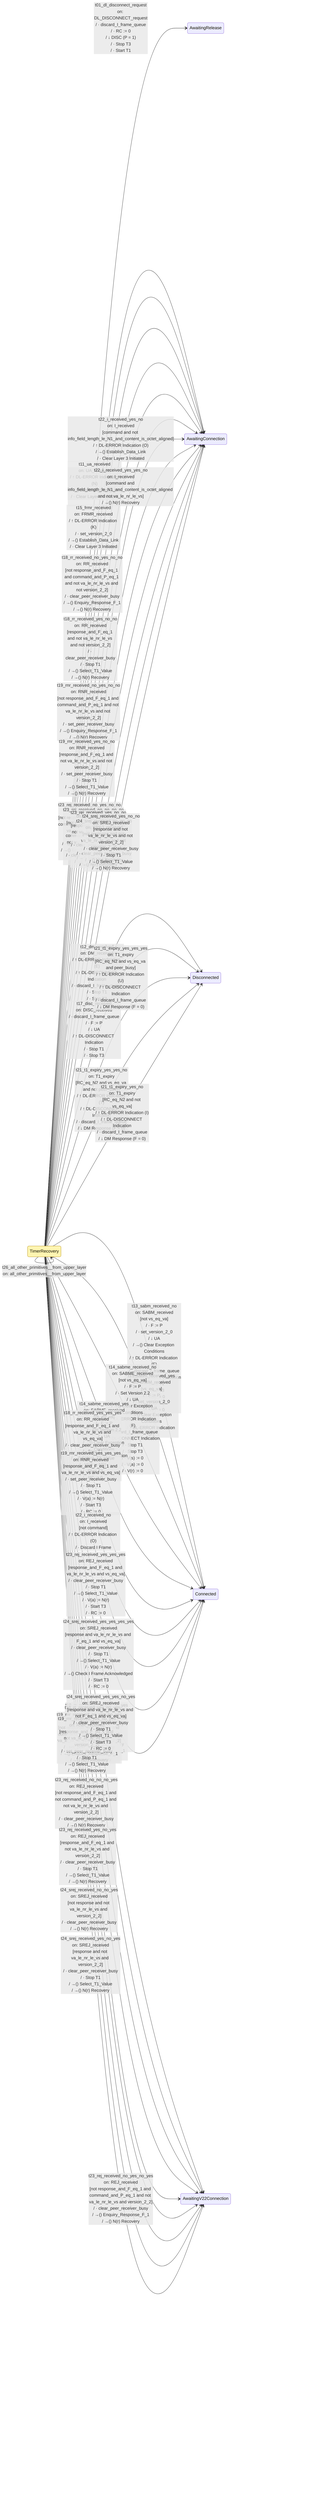
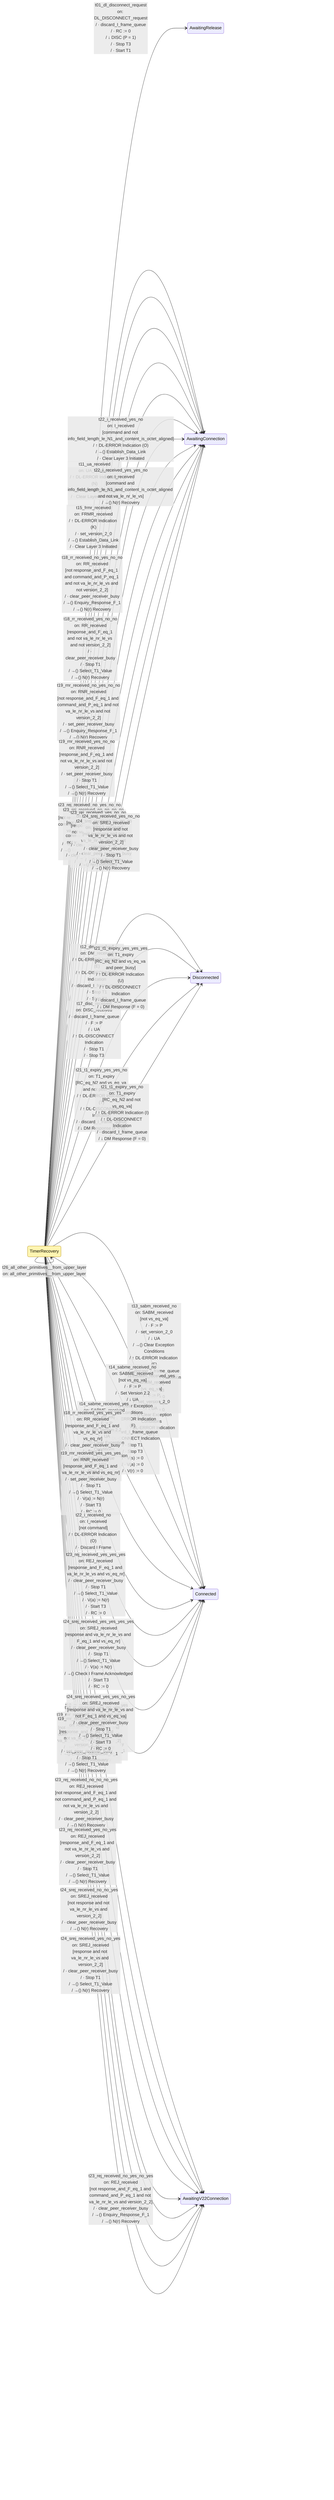
%% This file was produced by codegen/src/Packet.Sdl.CodeGen from spec-sdl/v2.2-errata/data-link/yaml/timer_recovery.sdl.yaml
%% Do not edit by hand. Run `dotnet run --project codegen/src/Packet.Sdl.CodeGen` to regenerate.
%%
%% Source: ax.25.2.2.4_Oct_25, figure figc4.5
%% Coverage: complete
%%
%% Important: this rendering is approximate and intentionally
%% looks nothing like the original SDL figure. It is a machine-
%% generated view of the transitions in the .sdl.yaml — useful
%% for spotting transcription bugs (missing transitions, wrong
%% destination state) but NOT a substitute for reading the spec
%% figure itself. See docs/sdl-primer.md.

stateDiagram-v2
    direction LR

    classDef focal fill:#fff5b1,stroke:#b08800;
    class TimerRecovery focal
    TimerRecovery --> AwaitingRelease: t01_dl_disconnect_request<br/>on: DL_DISCONNECT_request<br/>/ · discard_I_frame_queue<br/>/ · RC := 0<br/>/ ↓ DISC (P = 1)<br/>/ · Stop T3<br/>/ · Start T1
    TimerRecovery --> TimerRecovery: t02_dl_data_request<br/>on: DL_DATA_request<br/>/ ⇢ Push on I Frame Queue
    TimerRecovery --> TimerRecovery: t03_i_frame_pops_off_queue_yes<br/>on: I_frame_pops_off_queue<br/>[peer_receiver_busy]<br/>/ ⇢ Push I Frame on I Queue
    TimerRecovery --> TimerRecovery: t03_i_frame_pops_off_queue_no_yes<br/>on: I_frame_pops_off_queue<br/>[not peer_receiver_busy and vs_eq_va_plus_k]<br/>/ ⇢ Push I Frame on I Queue
    TimerRecovery --> TimerRecovery: t03_i_frame_pops_off_queue_no_no_yes<br/>on: I_frame_pops_off_queue<br/>[not peer_receiver_busy and not vs_eq_va_plus_k and T1_running]<br/>/ · N(s) := V(s)<br/>/ · N(R) := V(r)<br/>/ · P := 0<br/>/ ↓ I Command<br/>/ · V(s) := V(s) + 1<br/>/ · Clear Acknowledge Pending
    TimerRecovery --> TimerRecovery: t03_i_frame_pops_off_queue_no_no_no<br/>on: I_frame_pops_off_queue<br/>[not peer_receiver_busy and not vs_eq_va_plus_k and not T1_running]<br/>/ · N(s) := V(s)<br/>/ · N(R) := V(r)<br/>/ · P := 0<br/>/ ↓ I Command<br/>/ · V(s) := V(s) + 1<br/>/ · Clear Acknowledge Pending<br/>/ · Stop T3<br/>/ · Start T1
    TimerRecovery --> TimerRecovery: t04_dl_unit_data_request<br/>on: DL_UNIT_DATA_request<br/>/ ↓ UI Command
    TimerRecovery --> TimerRecovery: t05_dl_flow_off_request_yes<br/>on: DL_FLOW_OFF_request<br/>[own_receiver_busy]<br/>/ · Set Own Receiver Busy<br/>/ ↓ RNR Response (F = 0)<br/>/ · Clear Acknowledge Pending
    TimerRecovery --> TimerRecovery: t05_dl_flow_off_request_no<br/>on: DL_FLOW_OFF_request<br/>[not own_receiver_busy]
    TimerRecovery --> TimerRecovery: t06_dl_flow_on_request_yes_no<br/>on: DL_FLOW_ON_request<br/>[own_receiver_busy and not T1_running]<br/>/ · Clear Own Receiver Busy<br/>/ ↓ RR Command (P = 0)<br/>/ · Clear Acknowledge Pending<br/>/ · Stop T3<br/>/ · Start T1
    TimerRecovery --> TimerRecovery: t06_dl_flow_on_request_yes_yes<br/>on: DL_FLOW_ON_request<br/>[own_receiver_busy and T1_running]<br/>/ · Clear Own Receiver Busy<br/>/ ↓ RR Command (P = 0)<br/>/ · Clear Acknowledge Pending
    TimerRecovery --> TimerRecovery: t06_dl_flow_on_request_no<br/>on: DL_FLOW_ON_request<br/>[not own_receiver_busy]
    TimerRecovery --> TimerRecovery: t07_dl_connect_request<br/>on: DL_CONNECT_request<br/>/ · discard_I_frame_queue<br/>/ →() Establish_Data_Link<br/>/ · Set Layer 3 Initiated
    TimerRecovery --> TimerRecovery: t08_control_field_error<br/>on: control_field_error<br/>/ ↑ DL-ERROR Indication (L)<br/>/ · discard_I_frame_queue<br/>/ →() Establish_Data_Link<br/>/ · Set Layer 3 Initiated
    TimerRecovery --> TimerRecovery: t09_info_not_permitted_in_frame<br/>on: info_not_permitted_in_frame<br/>/ ↑ DL-ERROR Indication (M)<br/>/ · discard_I_frame_queue<br/>/ →() Establish_Data_Link<br/>/ · Set Layer 3 Initiated
    TimerRecovery --> TimerRecovery: t10_u_or_s_frame_length_error<br/>on: u_or_s_frame_length_error<br/>/ ↑ DL-ERROR Indication (N)<br/>/ · discard_I_frame_queue<br/>/ →() Establish_Data_Link<br/>/ · Set Layer 3 Initiated
    TimerRecovery --> AwaitingConnection: t11_ua_received<br/>on: UA_received<br/>/ ↑ DL-ERROR Indication (N)<br/>/ →() Establish_Data_Link<br/>/ · Clear Layer 3 Initiated
    TimerRecovery --> Disconnected: t12_dm_received<br/>on: DM_received<br/>/ ↑ DL-ERROR Indication (E)<br/>/ ↑ DL-DISCONNECT Indication<br/>/ · discard_I_frame_queue<br/>/ · Stop T1<br/>/ · Stop T3
    TimerRecovery --> Connected: t13_sabm_received_no<br/>on: SABM_received<br/>[not vs_eq_va]<br/>/ · F := P<br/>/ · set_version_2_0<br/>/ ↓ UA<br/>/ →() Clear Exception Conditions<br/>/ ↑ DL-ERROR Indication (F)<br/>/ · discard_I_frame_queue<br/>/ ↑ DL-CONNECT Indication<br/>/ · Stop T1<br/>/ · Stop T3<br/>/ · V(s) := 0<br/>/ · V(a) := 0<br/>/ · V(r) := 0
    TimerRecovery --> Connected: t13_sabm_received_yes<br/>on: SABM_received<br/>[vs_eq_va]<br/>/ · F := P<br/>/ · set_version_2_0<br/>/ ↓ UA<br/>/ →() Clear Exception Conditions<br/>/ ↑ DL-ERROR Indication (F)
    TimerRecovery --> Connected: t14_sabme_received_no<br/>on: SABME_received<br/>[not vs_eq_va]<br/>/ · F := P<br/>/ · Set Version 2.2<br/>/ ↓ UA<br/>/ →() Clear Exception Conditions<br/>/ ↑ DL-ERROR Indication (F)<br/>/ · discard_I_frame_queue<br/>/ ↑ DL-CONNECT Indication<br/>/ · Stop T1<br/>/ · Stop T3<br/>/ · V(s) := 0<br/>/ · V(a) := 0<br/>/ · V(r) := 0
    TimerRecovery --> Connected: t14_sabme_received_yes<br/>on: SABME_received<br/>[vs_eq_va]<br/>/ · F := P<br/>/ · Set Version 2.2<br/>/ ↓ UA<br/>/ →() Clear Exception Conditions<br/>/ ↑ DL-ERROR Indication (F)
    TimerRecovery --> AwaitingConnection: t15_frmr_received<br/>on: FRMR_received<br/>/ ↑ DL-ERROR Indication (K)<br/>/ · set_version_2_0<br/>/ →() Establish_Data_Link<br/>/ · Clear Layer 3 Initiated
    TimerRecovery --> TimerRecovery: t16_ui_received_yes<br/>on: UI_received<br/>[P_eq_1]<br/>/ →() UI Check<br/>/ →() Enquiry_Response_F_1
    TimerRecovery --> TimerRecovery: t16_ui_received_no<br/>on: UI_received<br/>[not P_eq_1]<br/>/ →() UI Check
    TimerRecovery --> Disconnected: t17_disc_received<br/>on: DISC_received<br/>/ · discard_I_frame_queue<br/>/ · F := P<br/>/ ↓ UA<br/>/ ↑ DL-DISCONNECT Indication<br/>/ · Stop T1<br/>/ · Stop T3
    TimerRecovery --> TimerRecovery: t18_rr_received_no_yes_yes<br/>on: RR_received<br/>[not response_and_F_eq_1 and command_and_P_eq_1 and va_le_nr_le_vs]<br/>/ · clear_peer_receiver_busy<br/>/ →() Enquiry_Response_F_1<br/>/ · V(a) := N(r)
    TimerRecovery --> AwaitingConnection: t18_rr_received_no_yes_no_no<br/>on: RR_received<br/>[not response_and_F_eq_1 and command_and_P_eq_1 and not va_le_nr_le_vs and not version_2_2]<br/>/ · clear_peer_receiver_busy<br/>/ →() Enquiry_Response_F_1<br/>/ →() N(r) Recovery
    TimerRecovery --> AwaitingV22Connection: t18_rr_received_no_yes_no_yes<br/>on: RR_received<br/>[not response_and_F_eq_1 and command_and_P_eq_1 and not va_le_nr_le_vs and version_2_2]<br/>/ · clear_peer_receiver_busy<br/>/ →() Enquiry_Response_F_1<br/>/ →() N(r) Recovery
    TimerRecovery --> TimerRecovery: t18_rr_received_no_no_yes<br/>on: RR_received<br/>[not response_and_F_eq_1 and not command_and_P_eq_1 and va_le_nr_le_vs]<br/>/ · clear_peer_receiver_busy<br/>/ · V(a) := N(r)
    TimerRecovery --> TimerRecovery: t18_rr_received_no_no_no<br/>on: RR_received<br/>[not response_and_F_eq_1 and not command_and_P_eq_1 and not va_le_nr_le_vs]<br/>/ · clear_peer_receiver_busy<br/>/ →() N(r) Recovery
    TimerRecovery --> AwaitingConnection: t18_rr_received_yes_no_no<br/>on: RR_received<br/>[response_and_F_eq_1 and not va_le_nr_le_vs and not version_2_2]<br/>/ · clear_peer_receiver_busy<br/>/ · Stop T1<br/>/ →() Select_T1_Value<br/>/ →() N(r) Recovery
    TimerRecovery --> AwaitingV22Connection: t18_rr_received_yes_no_yes<br/>on: RR_received<br/>[response_and_F_eq_1 and not va_le_nr_le_vs and version_2_2]<br/>/ · clear_peer_receiver_busy<br/>/ · Stop T1<br/>/ →() Select_T1_Value<br/>/ →() N(r) Recovery
-     TimerRecovery --> TimerRecovery: t18_rr_received_yes_yes_no<br/>on: RR_received<br/>[response_and_F_eq_1 and va_le_nr_le_vs and not vs_eq_va]<br/>/ · clear_peer_receiver_busy<br/>/ · Stop T1<br/>/ →() Select_T1_Value<br/>/ · V(a) := N(r)<br/>/ →() Invoke Retransmission<br/>/ · Stop T3<br/>/ · Start T1<br/>/ · Set Acknowledge Pending
-     TimerRecovery --> Connected: t18_rr_received_yes_yes_yes<br/>on: RR_received<br/>[response_and_F_eq_1 and va_le_nr_le_vs and vs_eq_va]<br/>/ · clear_peer_receiver_busy<br/>/ · Stop T1<br/>/ →() Select_T1_Value<br/>/ · V(a) := N(r)<br/>/ · Start T3<br/>/ · RC := 0
+     TimerRecovery --> TimerRecovery: t18_rr_received_yes_yes_no<br/>on: RR_received<br/>[response_and_F_eq_1 and va_le_nr_le_vs and not vs_eq_nr]<br/>/ · clear_peer_receiver_busy<br/>/ · Stop T1<br/>/ →() Select_T1_Value<br/>/ · V(a) := N(r)<br/>/ →() Invoke Retransmission<br/>/ · Stop T3<br/>/ · Start T1<br/>/ · Set Acknowledge Pending
+     TimerRecovery --> Connected: t18_rr_received_yes_yes_yes<br/>on: RR_received<br/>[response_and_F_eq_1 and va_le_nr_le_vs and vs_eq_nr]<br/>/ · clear_peer_receiver_busy<br/>/ · Stop T1<br/>/ →() Select_T1_Value<br/>/ · V(a) := N(r)<br/>/ · Start T3<br/>/ · RC := 0
    TimerRecovery --> TimerRecovery: t19_rnr_received_no_yes_yes<br/>on: RNR_received<br/>[not response_and_F_eq_1 and command_and_P_eq_1 and va_le_nr_le_vs]<br/>/ · set_peer_receiver_busy<br/>/ →() Enquiry_Response_F_1<br/>/ · V(a) := N(r)
    TimerRecovery --> AwaitingConnection: t19_rnr_received_no_yes_no_no<br/>on: RNR_received<br/>[not response_and_F_eq_1 and command_and_P_eq_1 and not va_le_nr_le_vs and not version_2_2]<br/>/ · set_peer_receiver_busy<br/>/ →() Enquiry_Response_F_1<br/>/ →() N(r) Recovery
    TimerRecovery --> AwaitingV22Connection: t19_rnr_received_no_yes_no_yes<br/>on: RNR_received<br/>[not response_and_F_eq_1 and command_and_P_eq_1 and not va_le_nr_le_vs and version_2_2]<br/>/ · set_peer_receiver_busy<br/>/ →() Enquiry_Response_F_1<br/>/ →() N(r) Recovery
    TimerRecovery --> TimerRecovery: t19_rnr_received_no_no_yes<br/>on: RNR_received<br/>[not response_and_F_eq_1 and not command_and_P_eq_1 and va_le_nr_le_vs]<br/>/ · set_peer_receiver_busy<br/>/ · V(a) := N(r)
    TimerRecovery --> TimerRecovery: t19_rnr_received_no_no_no<br/>on: RNR_received<br/>[not response_and_F_eq_1 and not command_and_P_eq_1 and not va_le_nr_le_vs]<br/>/ · set_peer_receiver_busy<br/>/ →() N(r) Recovery
    TimerRecovery --> AwaitingConnection: t19_rnr_received_yes_no_no<br/>on: RNR_received<br/>[response_and_F_eq_1 and not va_le_nr_le_vs and not version_2_2]<br/>/ · set_peer_receiver_busy<br/>/ · Stop T1<br/>/ →() Select_T1_Value<br/>/ →() N(r) Recovery
    TimerRecovery --> AwaitingV22Connection: t19_rnr_received_yes_no_yes<br/>on: RNR_received<br/>[response_and_F_eq_1 and not va_le_nr_le_vs and version_2_2]<br/>/ · set_peer_receiver_busy<br/>/ · Stop T1<br/>/ →() Select_T1_Value<br/>/ →() N(r) Recovery
-     TimerRecovery --> TimerRecovery: t19_rnr_received_yes_yes_no<br/>on: RNR_received<br/>[response_and_F_eq_1 and va_le_nr_le_vs and not vs_eq_va]<br/>/ · set_peer_receiver_busy<br/>/ · Stop T1<br/>/ →() Select_T1_Value<br/>/ · V(a) := N(r)<br/>/ →() Invoke Retransmission<br/>/ · Stop T3<br/>/ · Start T1<br/>/ · Set Acknowledge Pending
-     TimerRecovery --> Connected: t19_rnr_received_yes_yes_yes<br/>on: RNR_received<br/>[response_and_F_eq_1 and va_le_nr_le_vs and vs_eq_va]<br/>/ · set_peer_receiver_busy<br/>/ · Stop T1<br/>/ →() Select_T1_Value<br/>/ · V(a) := N(r)<br/>/ · Start T3<br/>/ · RC := 0
+     TimerRecovery --> TimerRecovery: t19_rnr_received_yes_yes_no<br/>on: RNR_received<br/>[response_and_F_eq_1 and va_le_nr_le_vs and not vs_eq_nr]<br/>/ · set_peer_receiver_busy<br/>/ · Stop T1<br/>/ →() Select_T1_Value<br/>/ · V(a) := N(r)<br/>/ →() Invoke Retransmission<br/>/ · Stop T3<br/>/ · Start T1<br/>/ · Set Acknowledge Pending
+     TimerRecovery --> Connected: t19_rnr_received_yes_yes_yes<br/>on: RNR_received<br/>[response_and_F_eq_1 and va_le_nr_le_vs and vs_eq_nr]<br/>/ · set_peer_receiver_busy<br/>/ · Stop T1<br/>/ →() Select_T1_Value<br/>/ · V(a) := N(r)<br/>/ · Start T3<br/>/ · RC := 0
    TimerRecovery --> TimerRecovery: t20_lm_seize_confirm_yes<br/>on: LM_SEIZE_confirm<br/>[ACK_pending]<br/>/ · Clear Acknowledge Pending<br/>/ →() Enquiry Response (F = 0)<br/>/ ↓ LM_RELEASE Request
    TimerRecovery --> TimerRecovery: t20_lm_seize_confirm_no<br/>on: LM_SEIZE_confirm<br/>[not ACK_pending]<br/>/ ↓ LM_RELEASE Request
    TimerRecovery --> TimerRecovery: t21_t1_expiry_no<br/>on: T1_expiry<br/>[not RC_eq_N2]<br/>/ →() Transmit Enquiry<br/>/ · RC := RC + 1
    TimerRecovery --> Disconnected: t21_t1_expiry_yes_yes_yes<br/>on: T1_expiry<br/>[RC_eq_N2 and vs_eq_va and peer_busy]<br/>/ ↑ DL-ERROR Indication (U)<br/>/ ↑ DL-DISCONNECT Indication<br/>/ · discard_I_frame_queue<br/>/ ↓ DM Response (F = 0)
    TimerRecovery --> Disconnected: t21_t1_expiry_yes_yes_no<br/>on: T1_expiry<br/>[RC_eq_N2 and vs_eq_va and not peer_busy]<br/>/ ↑ DL-ERROR Indication (T)<br/>/ ↑ DL-DISCONNECT Indication<br/>/ · discard_I_frame_queue<br/>/ ↓ DM Response (F = 0)
    TimerRecovery --> Disconnected: t21_t1_expiry_yes_no<br/>on: T1_expiry<br/>[RC_eq_N2 and not vs_eq_va]<br/>/ ↑ DL-ERROR Indication (I)<br/>/ ↑ DL-DISCONNECT Indication<br/>/ · discard_I_frame_queue<br/>/ ↓ DM Response (F = 0)
    TimerRecovery --> Connected: t22_i_received_no<br/>on: I_received<br/>[not command]<br/>/ ↑ DL-ERROR Indication (O)<br/>/ · Discard I Frame
    TimerRecovery --> AwaitingConnection: t22_i_received_yes_no<br/>on: I_received<br/>[command and not info_field_length_le_N1_and_content_is_octet_aligned]<br/>/ ↑ DL-ERROR Indication (O)<br/>/ →() Establish_Data_Link<br/>/ · Clear Layer 3 Initiated
    TimerRecovery --> AwaitingConnection: t22_i_received_yes_yes_no<br/>on: I_received<br/>[command and info_field_length_le_N1_and_content_is_octet_aligned and not va_le_nr_le_vs]<br/>/ →() N(r) Recovery
    TimerRecovery --> TimerRecovery: t22_i_received_yes_yes_yes_yes_yes<br/>on: I_received<br/>[command and info_field_length_le_N1_and_content_is_octet_aligned and va_le_nr_le_vs and own_receive_busy and P_eq_1]<br/>/ →() Check_I_Frame_Acknowledged<br/>/ · Discard Contents of I Frame<br/>/ · F := 1<br/>/ · N(r) := V(r)<br/>/ ↓ RNR<br/>/ · Clear Acknowledge Pending
    TimerRecovery --> TimerRecovery: t22_i_received_yes_yes_yes_yes_no<br/>on: I_received<br/>[command and info_field_length_le_N1_and_content_is_octet_aligned and va_le_nr_le_vs and own_receive_busy and not P_eq_1]<br/>/ →() Check_I_Frame_Acknowledged<br/>/ · Discard Contents of I Frame
    TimerRecovery --> TimerRecovery: t22_i_received_yes_yes_yes_no_yes_yes<br/>on: I_received<br/>[command and info_field_length_le_N1_and_content_is_octet_aligned and va_le_nr_le_vs and not own_receive_busy and ns_eq_vr and P_eq_1]<br/>/ →() Check_I_Frame_Acknowledged<br/>/ · V(r) := V(r) + 1<br/>/ · Clear Reject Exception<br/>/ · Decrement Sreject Exception if > 0<br/>/ ↑ DL-DATA Indication<br/>/ · Retrieve Stored V(r) I Frame<br/>/ ↑ DL-DATA Indication<br/>/ · V(r) := V(r) - 1<br/>/ · F := 1<br/>/ · N(r) := V(r)<br/>/ ↓ RR<br/>/ · Clear Acknowledge Pending
    TimerRecovery --> TimerRecovery: t22_i_received_yes_yes_yes_no_yes_no_no<br/>on: I_received<br/>[command and info_field_length_le_N1_and_content_is_octet_aligned and va_le_nr_le_vs and not own_receive_busy and ns_eq_vr and not P_eq_1 and not ack_pending]<br/>/ →() Check_I_Frame_Acknowledged<br/>/ · V(r) := V(r) + 1<br/>/ · Clear Reject Exception<br/>/ · Decrement Sreject Exception if > 0<br/>/ ↑ DL-DATA Indication<br/>/ · Retrieve Stored V(r) I Frame<br/>/ ↑ DL-DATA Indication<br/>/ · V(r) := V(r) - 1<br/>/ · Set Acknowledge Pending<br/>/ ↓ LM-SIEZE Request
    TimerRecovery --> TimerRecovery: t22_i_received_yes_yes_yes_no_yes_no_yes<br/>on: I_received<br/>[command and info_field_length_le_N1_and_content_is_octet_aligned and va_le_nr_le_vs and not own_receive_busy and ns_eq_vr and not P_eq_1 and ack_pending]<br/>/ →() Check_I_Frame_Acknowledged<br/>/ · V(r) := V(r) + 1<br/>/ · Clear Reject Exception<br/>/ · Decrement Sreject Exception if > 0<br/>/ ↑ DL-DATA Indication<br/>/ · Retrieve Stored V(r) I Frame<br/>/ ↑ DL-DATA Indication<br/>/ · V(r) := V(r) - 1
    TimerRecovery --> TimerRecovery: t22_i_received_yes_yes_yes_no_no_yes_yes<br/>on: I_received<br/>[command and info_field_length_le_N1_and_content_is_octet_aligned and va_le_nr_le_vs and not own_receive_busy and not ns_eq_vr and reject_exception and P_eq_1]<br/>/ →() Check_I_Frame_Acknowledged<br/>/ · Discard Contents of I Frame<br/>/ · F := 1<br/>/ · N(r) := V(r)<br/>/ ↓ RR<br/>/ · Clear Acknowledge Pending
    TimerRecovery --> TimerRecovery: t22_i_received_yes_yes_yes_no_no_yes_no<br/>on: I_received<br/>[command and info_field_length_le_N1_and_content_is_octet_aligned and va_le_nr_le_vs and not own_receive_busy and not ns_eq_vr and reject_exception and not P_eq_1]<br/>/ →() Check_I_Frame_Acknowledged<br/>/ · Discard Contents of I Frame
    TimerRecovery --> TimerRecovery: t22_i_received_yes_yes_yes_no_no_no_no<br/>on: I_received<br/>[command and info_field_length_le_N1_and_content_is_octet_aligned and va_le_nr_le_vs and not own_receive_busy and not ns_eq_vr and not reject_exception and not SREJ_enabled]<br/>/ →() Check_I_Frame_Acknowledged<br/>/ · Discard Contents of I Frame<br/>/ · Set Reject Exception<br/>/ · F := P<br/>/ · N(r) := V(r)<br/>/ ↓ REJ<br/>/ · Set Acknowledge Pending
    TimerRecovery --> TimerRecovery: t22_i_received_yes_yes_yes_no_no_no_yes_no_yes<br/>on: I_received<br/>[command and info_field_length_le_N1_and_content_is_octet_aligned and va_le_nr_le_vs and not own_receive_busy and not ns_eq_vr and not reject_exception and SREJ_enabled and not sreject_exception_gt_0 and ns_gt_vr_plus_1]<br/>/ →() Check_I_Frame_Acknowledged<br/>/ · Save Contents of I Frame<br/>/ · Discard Contents of I Frame<br/>/ · Set Reject Exception<br/>/ · F := P<br/>/ · N(r) := V(r)<br/>/ ↓ REJ<br/>/ · Set Acknowledge Pending
    TimerRecovery --> TimerRecovery: t22_i_received_yes_yes_yes_no_no_no_yes_no_no<br/>on: I_received<br/>[command and info_field_length_le_N1_and_content_is_octet_aligned and va_le_nr_le_vs and not own_receive_busy and not ns_eq_vr and not reject_exception and SREJ_enabled and not sreject_exception_gt_0 and not ns_gt_vr_plus_1]<br/>/ →() Check_I_Frame_Acknowledged<br/>/ · Save Contents of I Frame<br/>/ · N(r) := V(r)<br/>/ · F := 1<br/>/ · Sreject := Sreject + 1<br/>/ ↓ SREJ
    TimerRecovery --> TimerRecovery: t22_i_received_yes_yes_yes_no_no_no_yes_yes<br/>on: I_received<br/>[command and info_field_length_le_N1_and_content_is_octet_aligned and va_le_nr_le_vs and not own_receive_busy and not ns_eq_vr and not reject_exception and SREJ_enabled and sreject_exception_gt_0]<br/>/ →() Check_I_Frame_Acknowledged<br/>/ · Save Contents of I Frame<br/>/ · N(r) := V(r)<br/>/ · F := 0<br/>/ · Sreject := Sreject + 1<br/>/ ↓ SREJ
-     TimerRecovery --> TimerRecovery: t23_rej_received_no_yes_yes_yes<br/>on: REJ_received<br/>[not response_and_F_eq_1 and command_and_P_eq_1 and va_le_nr_le_vs and vs_eq_va]<br/>/ · clear_peer_receiver_busy<br/>/ →() Enquiry_Response_F_1<br/>/ · V(a) := N(r)
-     TimerRecovery --> TimerRecovery: t23_rej_received_no_yes_yes_no<br/>on: REJ_received<br/>[not response_and_F_eq_1 and command_and_P_eq_1 and va_le_nr_le_vs and not vs_eq_va]<br/>/ · clear_peer_receiver_busy<br/>/ →() Enquiry_Response_F_1<br/>/ · V(a) := N(r)<br/>/ →() Invoke Retransmission<br/>/ · Stop T3<br/>/ · Start T1<br/>/ · Clear Acknowledge Pending
+     TimerRecovery --> TimerRecovery: t23_rej_received_no_yes_yes_yes<br/>on: REJ_received<br/>[not response_and_F_eq_1 and command_and_P_eq_1 and va_le_nr_le_vs and vs_eq_nr]<br/>/ · clear_peer_receiver_busy<br/>/ →() Enquiry_Response_F_1<br/>/ · V(a) := N(r)
+     TimerRecovery --> TimerRecovery: t23_rej_received_no_yes_yes_no<br/>on: REJ_received<br/>[not response_and_F_eq_1 and command_and_P_eq_1 and va_le_nr_le_vs and not vs_eq_nr]<br/>/ · clear_peer_receiver_busy<br/>/ →() Enquiry_Response_F_1<br/>/ · V(a) := N(r)<br/>/ →() Invoke Retransmission<br/>/ · Stop T3<br/>/ · Start T1<br/>/ · Clear Acknowledge Pending
    TimerRecovery --> AwaitingV22Connection: t23_rej_received_no_yes_no_yes<br/>on: REJ_received<br/>[not response_and_F_eq_1 and command_and_P_eq_1 and not va_le_nr_le_vs and version_2_2]<br/>/ · clear_peer_receiver_busy<br/>/ →() Enquiry_Response_F_1<br/>/ →() N(r) Recovery
    TimerRecovery --> AwaitingConnection: t23_rej_received_no_yes_no_no<br/>on: REJ_received<br/>[not response_and_F_eq_1 and command_and_P_eq_1 and not va_le_nr_le_vs and not version_2_2]<br/>/ · clear_peer_receiver_busy<br/>/ →() Enquiry_Response_F_1<br/>/ →() N(r) Recovery
-     TimerRecovery --> TimerRecovery: t23_rej_received_no_no_yes_yes<br/>on: REJ_received<br/>[not response_and_F_eq_1 and not command_and_P_eq_1 and va_le_nr_le_vs and vs_eq_va]<br/>/ · clear_peer_receiver_busy<br/>/ · V(a) := N(r)
-     TimerRecovery --> TimerRecovery: t23_rej_received_no_no_yes_no<br/>on: REJ_received<br/>[not response_and_F_eq_1 and not command_and_P_eq_1 and va_le_nr_le_vs and not vs_eq_va]<br/>/ · clear_peer_receiver_busy<br/>/ · V(a) := N(r)<br/>/ →() Invoke Retransmission<br/>/ · Stop T3<br/>/ · Start T1<br/>/ · Clear Acknowledge Pending
+     TimerRecovery --> TimerRecovery: t23_rej_received_no_no_yes_yes<br/>on: REJ_received<br/>[not response_and_F_eq_1 and not command_and_P_eq_1 and va_le_nr_le_vs and vs_eq_nr]<br/>/ · clear_peer_receiver_busy<br/>/ · V(a) := N(r)
+     TimerRecovery --> TimerRecovery: t23_rej_received_no_no_yes_no<br/>on: REJ_received<br/>[not response_and_F_eq_1 and not command_and_P_eq_1 and va_le_nr_le_vs and not vs_eq_nr]<br/>/ · clear_peer_receiver_busy<br/>/ · V(a) := N(r)<br/>/ →() Invoke Retransmission<br/>/ · Stop T3<br/>/ · Start T1<br/>/ · Clear Acknowledge Pending
    TimerRecovery --> AwaitingV22Connection: t23_rej_received_no_no_no_yes<br/>on: REJ_received<br/>[not response_and_F_eq_1 and not command_and_P_eq_1 and not va_le_nr_le_vs and version_2_2]<br/>/ · clear_peer_receiver_busy<br/>/ →() N(r) Recovery
    TimerRecovery --> AwaitingConnection: t23_rej_received_no_no_no_no<br/>on: REJ_received<br/>[not response_and_F_eq_1 and not command_and_P_eq_1 and not va_le_nr_le_vs and not version_2_2]<br/>/ · clear_peer_receiver_busy<br/>/ →() N(r) Recovery
    TimerRecovery --> AwaitingV22Connection: t23_rej_received_yes_no_yes<br/>on: REJ_received<br/>[response_and_F_eq_1 and not va_le_nr_le_vs and version_2_2]<br/>/ · clear_peer_receiver_busy<br/>/ · Stop T1<br/>/ →() Select_T1_Value<br/>/ →() N(r) Recovery
    TimerRecovery --> AwaitingConnection: t23_rej_received_yes_no_no<br/>on: REJ_received<br/>[response_and_F_eq_1 and not va_le_nr_le_vs and not version_2_2]<br/>/ · clear_peer_receiver_busy<br/>/ · Stop T1<br/>/ →() Select_T1_Value<br/>/ →() N(r) Recovery
-     TimerRecovery --> Connected: t23_rej_received_yes_yes_yes<br/>on: REJ_received<br/>[response_and_F_eq_1 and va_le_nr_le_vs and vs_eq_va]<br/>/ · clear_peer_receiver_busy<br/>/ · Stop T1<br/>/ →() Select_T1_Value<br/>/ · V(a) := N(r)<br/>/ · Start T3<br/>/ · RC := 0
-     TimerRecovery --> TimerRecovery: t23_rej_received_yes_yes_no<br/>on: REJ_received<br/>[response_and_F_eq_1 and va_le_nr_le_vs and not vs_eq_va]<br/>/ · clear_peer_receiver_busy<br/>/ · Stop T1<br/>/ →() Select_T1_Value<br/>/ · V(a) := N(r)<br/>/ →() Invoke Retransmission<br/>/ · Stop T3<br/>/ · Start T1<br/>/ · Clear Acknowledge Pending
-     TimerRecovery --> TimerRecovery: t24_srej_received_no_yes_yes_yes<br/>on: SREJ_received<br/>[not response and va_le_nr_le_vs and P_eq_1 and vs_eq_va]<br/>/ · clear_peer_receiver_busy<br/>/ · V(a) := N(r)<br/>/ →() Check I Frame Acknowledged
-     TimerRecovery --> TimerRecovery: t24_srej_received_no_yes_yes_no<br/>on: SREJ_received<br/>[not response and va_le_nr_le_vs and P_eq_1 and not vs_eq_va]<br/>/ · clear_peer_receiver_busy<br/>/ · V(a) := N(r)<br/>/ →() Check I Frame Acknowledged<br/>/ →() Invoke Retransmission
+     TimerRecovery --> Connected: t23_rej_received_yes_yes_yes<br/>on: REJ_received<br/>[response_and_F_eq_1 and va_le_nr_le_vs and vs_eq_nr]<br/>/ · clear_peer_receiver_busy<br/>/ · Stop T1<br/>/ →() Select_T1_Value<br/>/ · V(a) := N(r)<br/>/ · Start T3<br/>/ · RC := 0
+     TimerRecovery --> TimerRecovery: t23_rej_received_yes_yes_no<br/>on: REJ_received<br/>[response_and_F_eq_1 and va_le_nr_le_vs and not vs_eq_nr]<br/>/ · clear_peer_receiver_busy<br/>/ · Stop T1<br/>/ →() Select_T1_Value<br/>/ · V(a) := N(r)<br/>/ →() Invoke Retransmission<br/>/ · Stop T3<br/>/ · Start T1<br/>/ · Clear Acknowledge Pending
+     TimerRecovery --> TimerRecovery: t24_srej_received_no_yes_yes_yes<br/>on: SREJ_received<br/>[not response and va_le_nr_le_vs and P_eq_1 and vs_eq_nr]<br/>/ · clear_peer_receiver_busy<br/>/ · V(a) := N(r)<br/>/ →() Check I Frame Acknowledged
+     TimerRecovery --> TimerRecovery: t24_srej_received_no_yes_yes_no<br/>on: SREJ_received<br/>[not response and va_le_nr_le_vs and P_eq_1 and not vs_eq_nr]<br/>/ · clear_peer_receiver_busy<br/>/ · V(a) := N(r)<br/>/ →() Check I Frame Acknowledged<br/>/ →() Invoke Retransmission
    TimerRecovery --> TimerRecovery: t24_srej_received_no_yes_no_yes<br/>on: SREJ_received<br/>[not response and va_le_nr_le_vs and not P_eq_1 and vs_eq_va]<br/>/ · clear_peer_receiver_busy
    TimerRecovery --> TimerRecovery: t24_srej_received_no_yes_no_no<br/>on: SREJ_received<br/>[not response and va_le_nr_le_vs and not P_eq_1 and not vs_eq_va]<br/>/ · clear_peer_receiver_busy<br/>/ →() Invoke Retransmission
    TimerRecovery --> AwaitingConnection: t24_srej_received_no_no_no<br/>on: SREJ_received<br/>[not response and not va_le_nr_le_vs and not version_2_2]<br/>/ · clear_peer_receiver_busy<br/>/ →() N(r) Recovery
    TimerRecovery --> AwaitingV22Connection: t24_srej_received_no_no_yes<br/>on: SREJ_received<br/>[not response and not va_le_nr_le_vs and version_2_2]<br/>/ · clear_peer_receiver_busy<br/>/ →() N(r) Recovery
    TimerRecovery --> AwaitingConnection: t24_srej_received_yes_no_no<br/>on: SREJ_received<br/>[response and not va_le_nr_le_vs and not version_2_2]<br/>/ · clear_peer_receiver_busy<br/>/ · Stop T1<br/>/ →() Select_T1_Value<br/>/ →() N(r) Recovery
    TimerRecovery --> AwaitingV22Connection: t24_srej_received_yes_no_yes<br/>on: SREJ_received<br/>[response and not va_le_nr_le_vs and version_2_2]<br/>/ · clear_peer_receiver_busy<br/>/ · Stop T1<br/>/ →() Select_T1_Value<br/>/ →() N(r) Recovery
-     TimerRecovery --> Connected: t24_srej_received_yes_yes_yes_yes<br/>on: SREJ_received<br/>[response and va_le_nr_le_vs and F_eq_1 and vs_eq_va]<br/>/ · clear_peer_receiver_busy<br/>/ · Stop T1<br/>/ →() Select_T1_Value<br/>/ · V(a) := N(r)<br/>/ →() Check I Frame Acknowledged<br/>/ · Start T3<br/>/ · RC := 0
-     TimerRecovery --> TimerRecovery: t24_srej_received_yes_yes_yes_no<br/>on: SREJ_received<br/>[response and va_le_nr_le_vs and F_eq_1 and not vs_eq_va]<br/>/ · clear_peer_receiver_busy<br/>/ · Stop T1<br/>/ →() Select_T1_Value<br/>/ · V(a) := N(r)<br/>/ →() Check I Frame Acknowledged<br/>/ ⇢ push_frame_on_queue<br/>/ ↓ LM-DATA Request<br/>/ · Stop T3<br/>/ · Start T1<br/>/ · Clear Acknowledge Pending<br/>/ →() Invoke Retransmission
+     TimerRecovery --> Connected: t24_srej_received_yes_yes_yes_yes<br/>on: SREJ_received<br/>[response and va_le_nr_le_vs and F_eq_1 and vs_eq_nr]<br/>/ · clear_peer_receiver_busy<br/>/ · Stop T1<br/>/ →() Select_T1_Value<br/>/ · V(a) := N(r)<br/>/ →() Check I Frame Acknowledged<br/>/ · Start T3<br/>/ · RC := 0
+     TimerRecovery --> TimerRecovery: t24_srej_received_yes_yes_yes_no<br/>on: SREJ_received<br/>[response and va_le_nr_le_vs and F_eq_1 and not vs_eq_nr]<br/>/ · clear_peer_receiver_busy<br/>/ · Stop T1<br/>/ →() Select_T1_Value<br/>/ · V(a) := N(r)<br/>/ →() Check I Frame Acknowledged<br/>/ ⇢ push_frame_on_queue<br/>/ ↓ LM-DATA Request<br/>/ · Stop T3<br/>/ · Start T1<br/>/ · Clear Acknowledge Pending<br/>/ →() Invoke Retransmission
    TimerRecovery --> Connected: t24_srej_received_yes_yes_no_yes<br/>on: SREJ_received<br/>[response and va_le_nr_le_vs and not F_eq_1 and vs_eq_va]<br/>/ · clear_peer_receiver_busy<br/>/ · Stop T1<br/>/ →() Select_T1_Value<br/>/ · Start T3<br/>/ · RC := 0
    TimerRecovery --> TimerRecovery: t24_srej_received_yes_yes_no_no<br/>on: SREJ_received<br/>[response and va_le_nr_le_vs and not F_eq_1 and not vs_eq_va]<br/>/ · clear_peer_receiver_busy<br/>/ · Stop T1<br/>/ →() Select_T1_Value<br/>/ ⇢ push_frame_on_queue<br/>/ ↓ LM-DATA Request<br/>/ · Stop T3<br/>/ · Start T1<br/>/ · Clear Acknowledge Pending<br/>/ →() Invoke Retransmission
    TimerRecovery --> TimerRecovery: t25_all_other_primitives__from_lower_layer<br/>on: all_other_primitives__from_lower_layer
    TimerRecovery --> TimerRecovery: t26_all_other_primitives__from_upper_layer<br/>on: all_other_primitives__from_upper_layer
